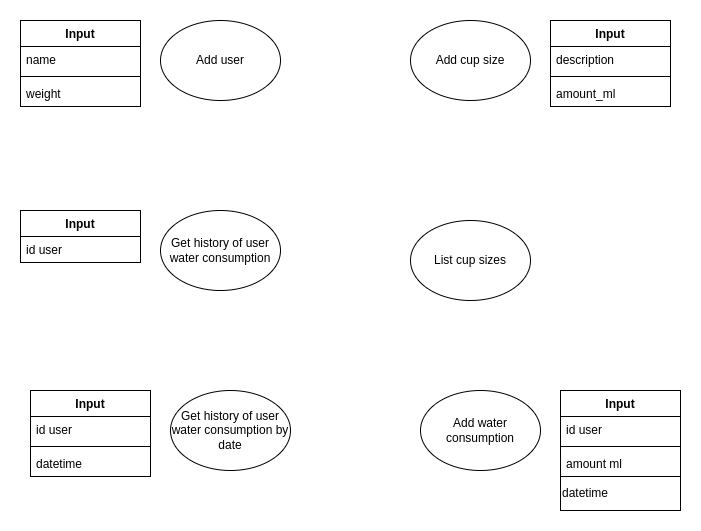
The draw.io diagram img/features.png in CarlosChiarelli/drink_water_tracker, before a commit. Source tidied: cells renumbered, new cells last; positions are measured from the earlier drawing's top-left corner, leaving out a move shared by most shapes.
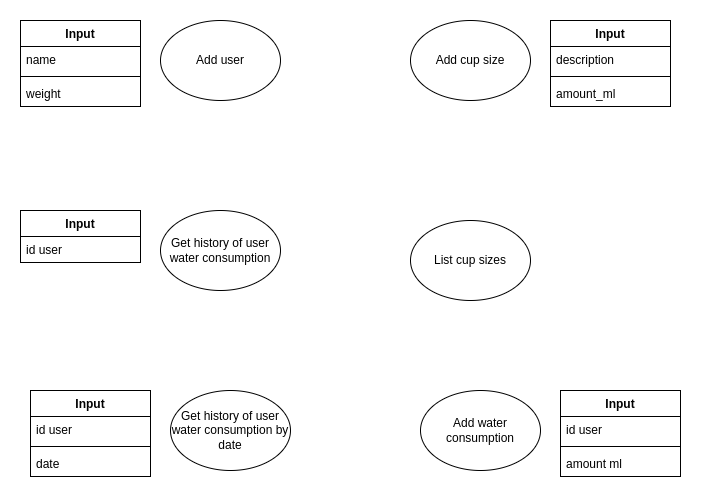
Above is the later version.

Commit message:
docs: update README images related to features and database diagram

Diff of the diagram source:
```diff
@@ -38,7 +38,7 @@
     <mxCell id="13" style="line;strokeWidth=1;fillColor=none;align=left;verticalAlign=middle;spacingTop=-1;spacingLeft=3;spacingRight=3;labelPosition=right;strokeColor=inherit;" parent="11" vertex="1">
       <mxGeometry y="52" width="120" height="8" as="geometry" />
     </mxCell>
-    <mxCell id="14" value="datetime" style="text;strokeColor=none;fillColor=none;align=left;verticalAlign=top;spacingLeft=4;spacingRight=4;overflow=hidden;whiteSpace=wrap;html=1;" parent="11" vertex="1">
+    <mxCell id="14" value="date" style="text;strokeColor=none;fillColor=none;align=left;verticalAlign=top;spacingLeft=4;spacingRight=4;overflow=hidden;whiteSpace=wrap;html=1;" parent="11" vertex="1">
       <mxGeometry y="60" width="120" height="26" as="geometry" />
     </mxCell>
     <mxCell id="15" value="Add cup size" style="ellipse;whiteSpace=wrap;html=1;" parent="1" vertex="1">
@@ -74,8 +74,5 @@
     <mxCell id="25" value="amount ml" style="text;strokeColor=none;fillColor=none;align=left;verticalAlign=top;spacingLeft=4;spacingRight=4;overflow=hidden;whiteSpace=wrap;html=1;" parent="22" vertex="1">
       <mxGeometry y="60" width="120" height="26" as="geometry" />
     </mxCell>
-    <mxCell id="26" value="datetime" style="rounded=0;whiteSpace=wrap;html=1;align=left;" parent="1" vertex="1">
-      <mxGeometry x="540" y="456" width="120" height="34" as="geometry" />
-    </mxCell>
   </root>
 </mxGraphModel>
```
